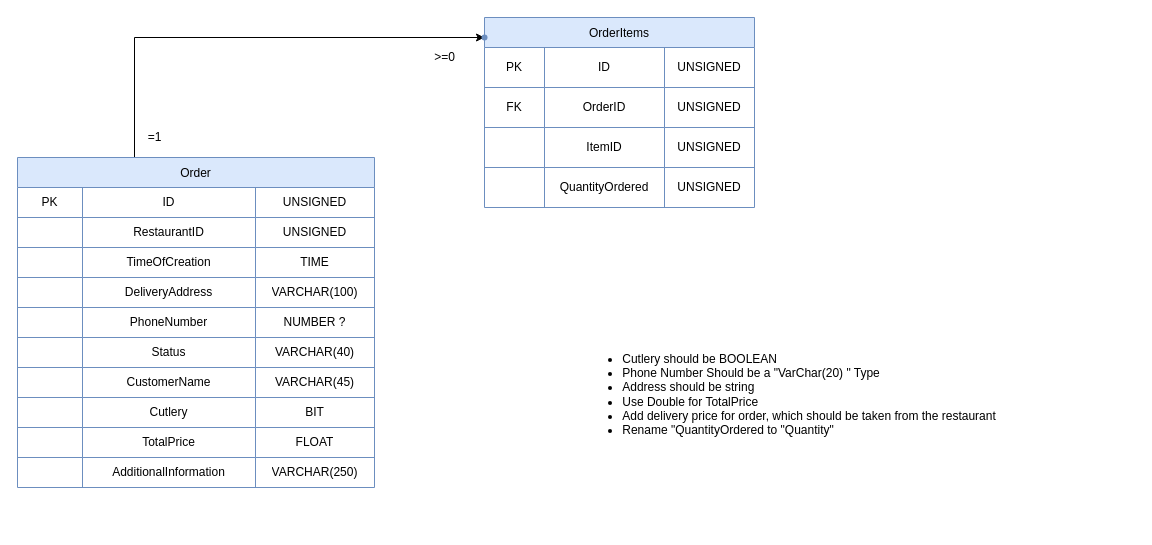
Before: page "Model (Order mangement)" (5 of 7) of docs/model+ui+endpoints.drawio in Uber-Summer-Practice-Sofia-2022/uber-summer-practice-docs-faq, a draw.io diagram. Source tidied: cells renumbered, new cells numbered last; positions are measured from the earlier drawing's top-left corner, leaving out a move shared by most shapes. Both pictures are drawn from the tidied source at 100%, with x=0, y=0 at pixel (17, 17).
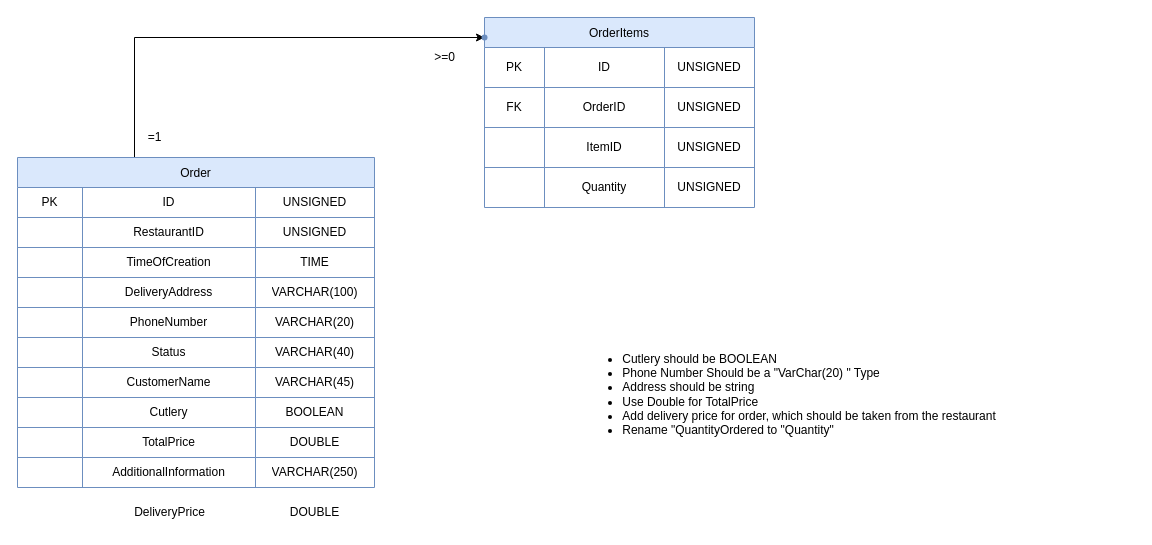
The same page after the edit.

Unchanged cells that the change refers to:
```xml
<mxCell id="20" style="shape=tableRow;horizontal=0;startSize=0;swimlaneHead=0;swimlaneBody=0;top=0;left=0;bottom=0;right=0;fillColor=none;" parent="3" vertex="1">
  <mxGeometry y="150" width="357" height="30" as="geometry" />
</mxCell>
<mxCell id="32" style="shape=tableRow;horizontal=0;startSize=0;swimlaneHead=0;swimlaneBody=0;top=0;left=0;bottom=0;right=0;fillColor=none;" parent="3" vertex="1">
  <mxGeometry y="240" width="357" height="30" as="geometry" />
</mxCell>
<mxCell id="36" style="shape=tableRow;horizontal=0;startSize=0;swimlaneHead=0;swimlaneBody=0;top=0;left=0;bottom=0;right=0;fillColor=none;" parent="3" vertex="1">
  <mxGeometry y="270" width="357" height="30" as="geometry" />
</mxCell>
<mxCell id="57" style="shape=tableRow;horizontal=0;startSize=0;swimlaneHead=0;swimlaneBody=0;top=0;left=0;bottom=0;right=0;fillColor=none;" parent="44" vertex="1">
  <mxGeometry y="150" width="270" height="40" as="geometry" />
</mxCell>
```

Change to the diagram source:
```diff
@@
-    <mxCell id="23" value="NUMBER ?" style="shape=partialRectangle;html=1;whiteSpace=wrap;overflow=hidden;fillColor=none;top=0;left=0;bottom=0;right=0;" parent="20" vertex="1">
+    <mxCell id="23" value="VARCHAR(20)" style="shape=partialRectangle;html=1;whiteSpace=wrap;overflow=hidden;fillColor=none;top=0;left=0;bottom=0;right=0;" parent="20" vertex="1">
       <mxGeometry x="238" width="119" height="30" as="geometry" />
     </mxCell>
@@
-    <mxCell id="35" value="BIT" style="shape=partialRectangle;html=1;whiteSpace=wrap;overflow=hidden;fillColor=none;top=0;left=0;bottom=0;right=0;" parent="32" vertex="1">
+    <mxCell id="35" value="BOOLEAN" style="shape=partialRectangle;html=1;whiteSpace=wrap;overflow=hidden;fillColor=none;top=0;left=0;bottom=0;right=0;" parent="32" vertex="1">
       <mxGeometry x="238" width="119" height="30" as="geometry" />
     </mxCell>
@@
-    <mxCell id="39" value="FLOAT" style="shape=partialRectangle;html=1;whiteSpace=wrap;overflow=hidden;fillColor=none;top=0;left=0;bottom=0;right=0;" parent="36" vertex="1">
+    <mxCell id="39" value="DOUBLE" style="shape=partialRectangle;html=1;whiteSpace=wrap;overflow=hidden;fillColor=none;top=0;left=0;bottom=0;right=0;" parent="36" vertex="1">
       <mxGeometry x="238" width="119" height="30" as="geometry" />
     </mxCell>
@@
-    <mxCell id="59" value="QuantityOrdered" style="shape=partialRectangle;html=1;whiteSpace=wrap;overflow=hidden;fillColor=none;top=0;left=0;bottom=0;right=0;" parent="57" vertex="1">
+    <mxCell id="59" value="Quantity" style="shape=partialRectangle;html=1;whiteSpace=wrap;overflow=hidden;fillColor=none;top=0;left=0;bottom=0;right=0;" parent="57" vertex="1">
       <mxGeometry x="60" width="120" height="40" as="geometry" />
     </mxCell>
@@
+    <mxCell id="65" value="DeliveryPrice" style="text;html=1;align=center;verticalAlign=middle;fillColor=none;strokeColor=none;rounded=0;" parent="1" vertex="1">
+      <mxGeometry x="107" y="480" width="90" height="30" as="geometry" />
+    </mxCell>
+    <mxCell id="66" value="DOUBLE" style="text;html=1;align=center;verticalAlign=middle;fillColor=none;strokeColor=none;rounded=0;" parent="1" vertex="1">
+      <mxGeometry x="262" y="480" width="70" height="30" as="geometry" />
+    </mxCell>
```
